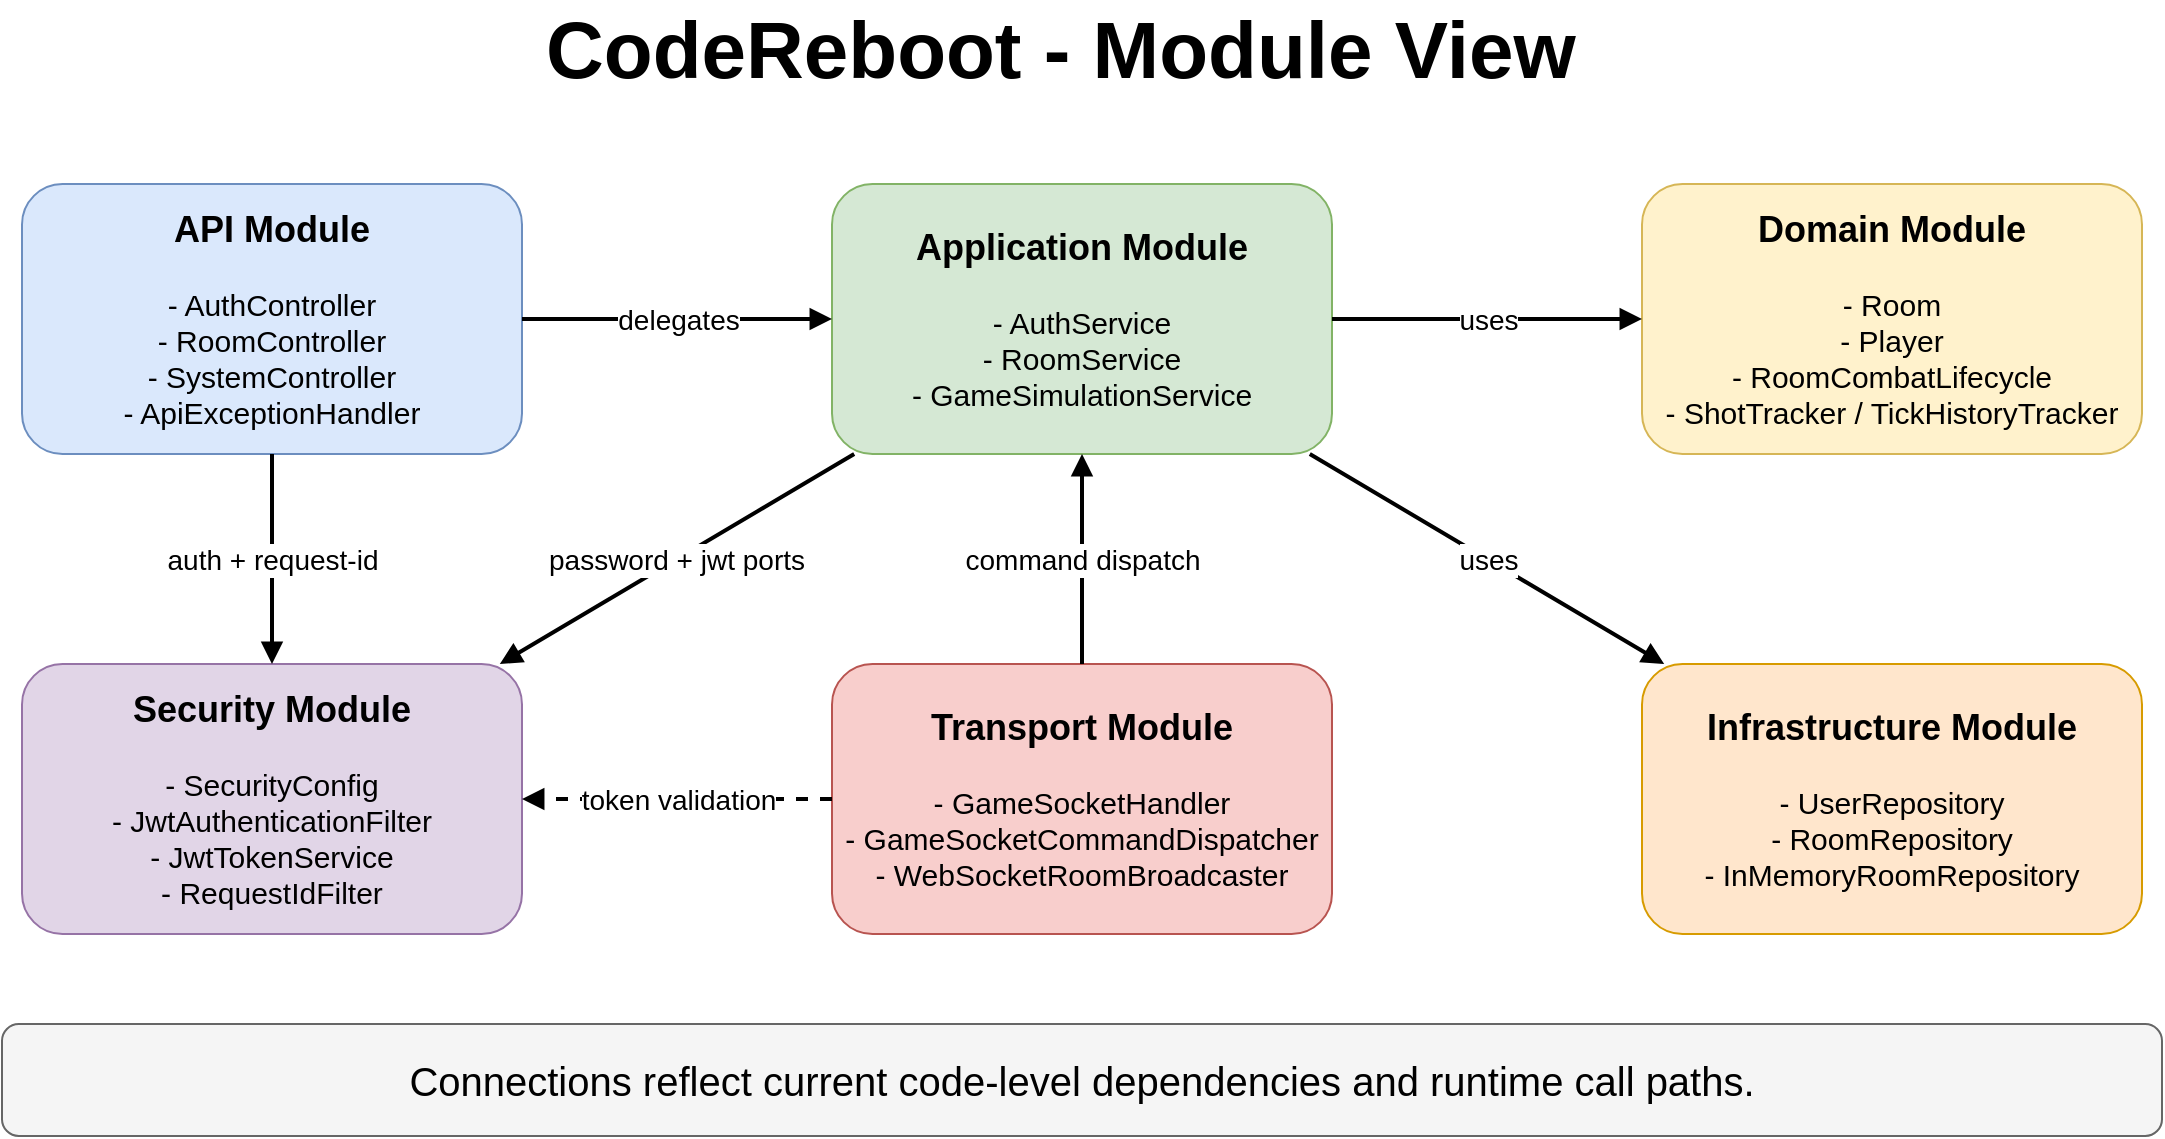
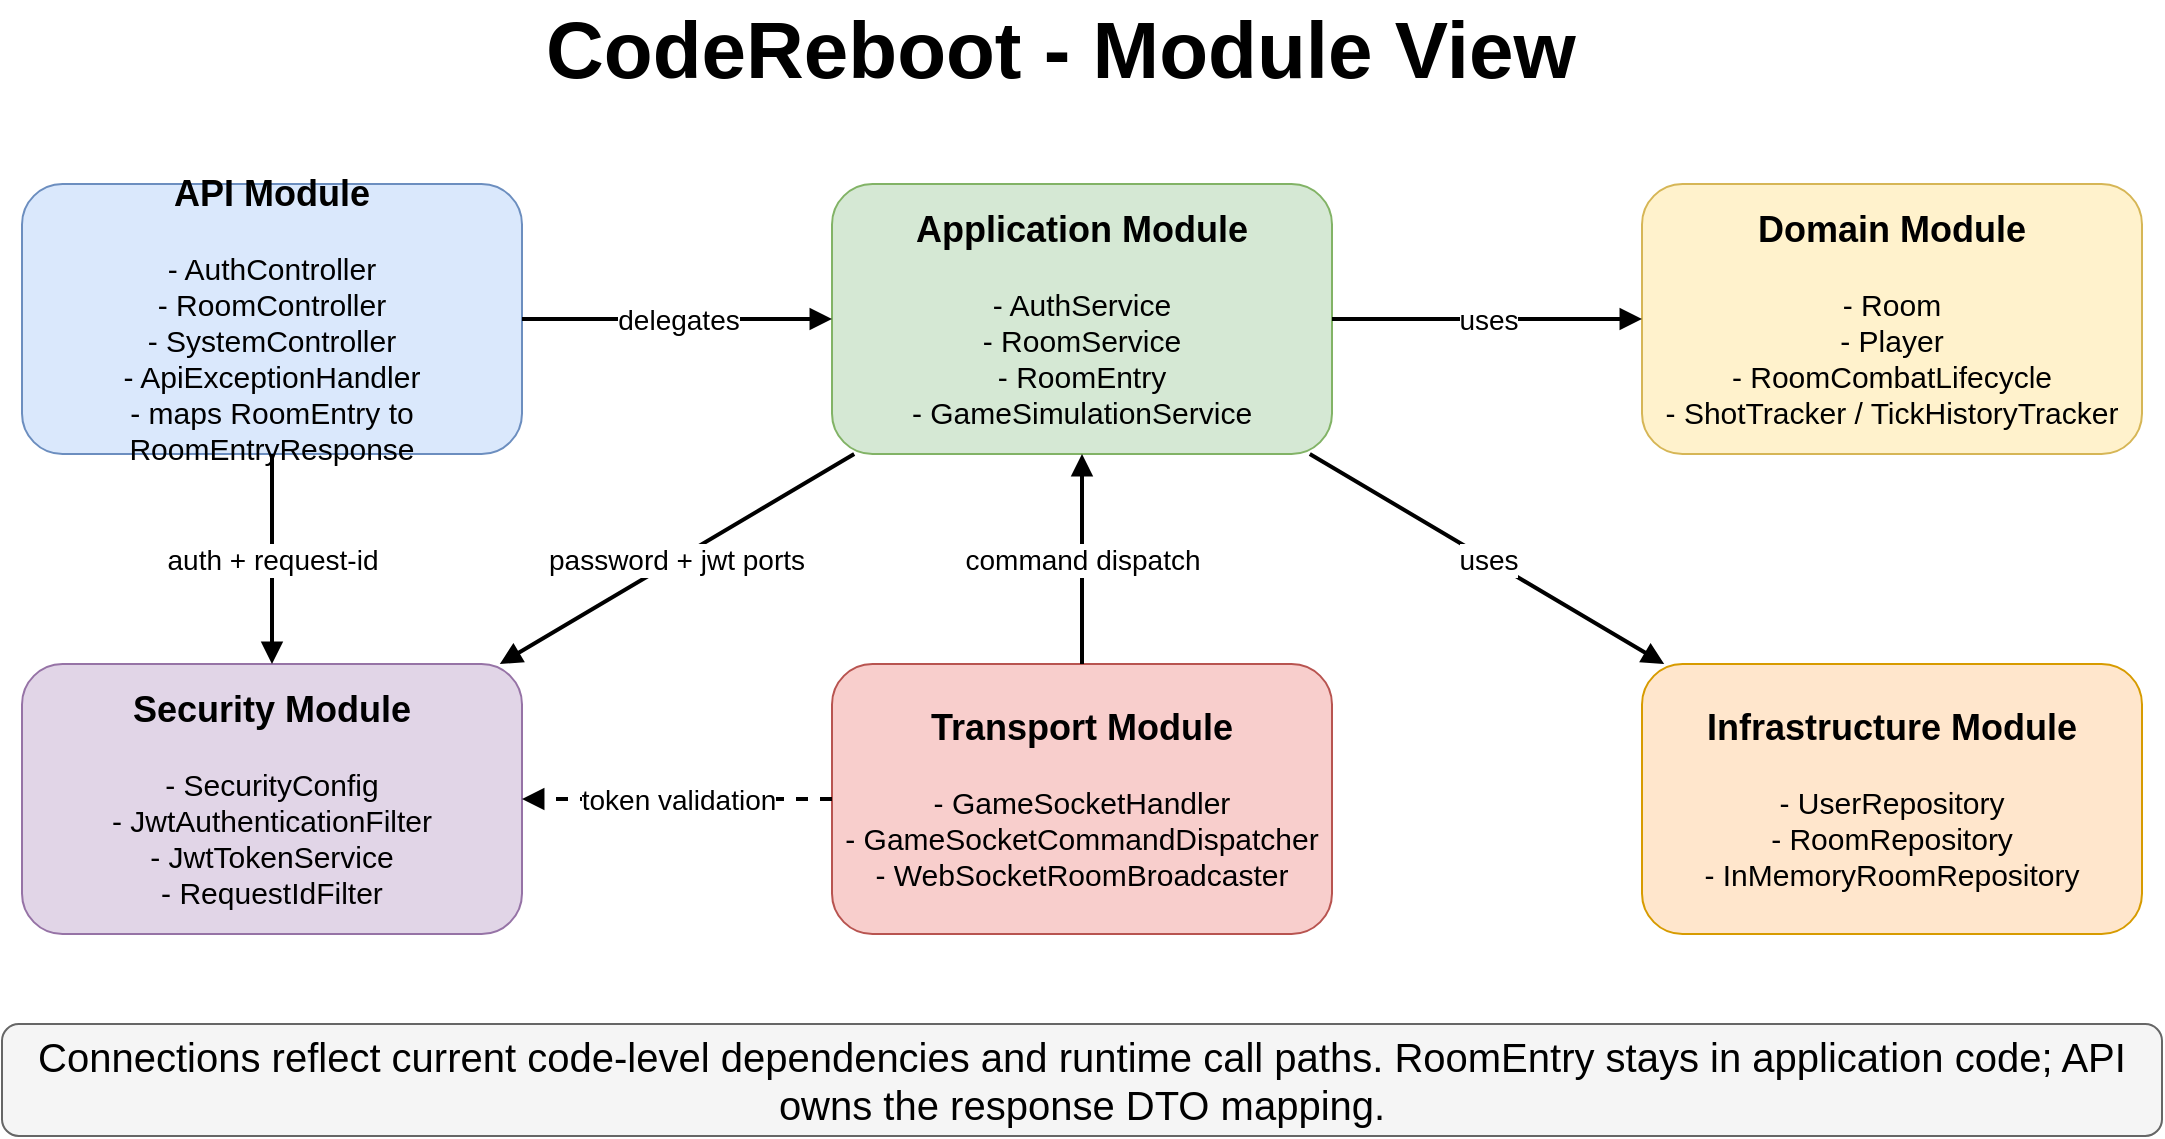
<mxfile host="65bd71144e">
    <diagram id="module-view-1" name="Module View">
-         <mxGraphModel dx="1251" dy="982" grid="0" gridSize="10" guides="1" tooltips="1" connect="1" arrows="1" fold="1" page="1" pageScale="1" pageWidth="1600" pageHeight="1000" math="0" shadow="0">
+         <mxGraphModel dx="1251" dy="662" grid="0" gridSize="10" guides="1" tooltips="1" connect="1" arrows="1" fold="1" page="1" pageScale="1" pageWidth="1600" pageHeight="1000" math="0" shadow="0">
            <root>
                <mxCell id="0"/>
                <mxCell id="1" parent="0"/>
                <mxCell id="title" value="CodeReboot - Module View" style="text;html=1;strokeColor=none;fillColor=none;align=left;verticalAlign=middle;whiteSpace=wrap;rounded=0;fontSize=40;fontStyle=1;" parent="1" vertex="1">
                    <mxGeometry x="350" y="55" width="540" height="34" as="geometry"/>
                </mxCell>
-                 <mxCell id="api" value="&lt;font style=&quot;font-size: 18px;&quot;&gt;&lt;b style=&quot;&quot;&gt;API Module&lt;br&gt;&lt;/b&gt;&lt;/font&gt;&lt;br&gt;&lt;div&gt;- AuthController&lt;br&gt;- RoomController&lt;br&gt;- SystemController&lt;br&gt;- ApiExceptionHandler&lt;/div&gt;" style="rounded=1;whiteSpace=wrap;html=1;fillColor=#dae8fc;strokeColor=#6c8ebf;fontSize=15;" parent="1" vertex="1">
+                 <mxCell id="api" value="&lt;font style=&quot;font-size: 18px;&quot;&gt;&lt;b style=&quot;&quot;&gt;API Module&lt;br&gt;&lt;/b&gt;&lt;/font&gt;&lt;br&gt;&lt;div&gt;- AuthController&lt;br&gt;- RoomController&lt;br&gt;- SystemController&lt;br&gt;- ApiExceptionHandler&lt;br&gt;- maps RoomEntry to RoomEntryResponse&lt;/div&gt;" style="rounded=1;whiteSpace=wrap;html=1;fillColor=#dae8fc;strokeColor=#6c8ebf;fontSize=15;" parent="1" vertex="1">
                    <mxGeometry x="90" y="140" width="250" height="135" as="geometry"/>
                </mxCell>
-                 <mxCell id="application" value="&lt;font style=&quot;font-size: 18px;&quot;&gt;&lt;b&gt;Application Module&lt;/b&gt;&lt;/font&gt;&lt;br&gt;&lt;br&gt;&lt;div&gt;&lt;span style=&quot;background-color: transparent; color: light-dark(rgb(0, 0, 0), rgb(255, 255, 255));&quot;&gt;- AuthService&lt;/span&gt;&lt;/div&gt;&lt;div&gt;- RoomService&lt;br&gt;- GameSimulationService&lt;/div&gt;" style="rounded=1;whiteSpace=wrap;html=1;fillColor=#d5e8d4;strokeColor=#82b366;fontSize=15;" parent="1" vertex="1">
+                 <mxCell id="application" value="&lt;font style=&quot;font-size: 18px;&quot;&gt;&lt;b&gt;Application Module&lt;/b&gt;&lt;/font&gt;&lt;br&gt;&lt;br&gt;&lt;div&gt;&lt;span style=&quot;background-color: transparent; color: light-dark(rgb(0, 0, 0), rgb(255, 255, 255));&quot;&gt;- AuthService&lt;/span&gt;&lt;/div&gt;&lt;div&gt;- RoomService&lt;br&gt;- RoomEntry&lt;br&gt;- GameSimulationService&lt;/div&gt;" style="rounded=1;whiteSpace=wrap;html=1;fillColor=#d5e8d4;strokeColor=#82b366;fontSize=15;" parent="1" vertex="1">
                    <mxGeometry x="495" y="140" width="250" height="135" as="geometry"/>
                </mxCell>
                <mxCell id="domain" value="&lt;font style=&quot;font-size: 18px;&quot;&gt;&lt;b&gt;Domain Module&lt;br&gt;&lt;/b&gt;&lt;/font&gt;&lt;br&gt;&lt;div&gt;- Room&lt;br&gt;- Player&lt;br&gt;- RoomCombatLifecycle&lt;br&gt;- ShotTracker / TickHistoryTracker&lt;/div&gt;" style="rounded=1;whiteSpace=wrap;html=1;fillColor=#fff2cc;strokeColor=#d6b656;fontSize=15;" parent="1" vertex="1">
                    <mxGeometry x="900" y="140" width="250" height="135" as="geometry"/>
                </mxCell>
                <mxCell id="security" value="&lt;font style=&quot;font-size: 18px;&quot;&gt;&lt;b&gt;Security Module&lt;br&gt;&lt;/b&gt;&lt;/font&gt;&lt;br&gt;&lt;div&gt;- SecurityConfig&lt;br&gt;- JwtAuthenticationFilter&lt;br&gt;- JwtTokenService&lt;br&gt;- RequestIdFilter&lt;/div&gt;" style="rounded=1;whiteSpace=wrap;html=1;fillColor=#e1d5e7;strokeColor=#9673a6;fontSize=15;" parent="1" vertex="1">
                    <mxGeometry x="90" y="380" width="250" height="135" as="geometry"/>
                </mxCell>
                <mxCell id="transport" value="&lt;font style=&quot;font-size: 18px;&quot;&gt;&lt;b&gt;Transport Module&lt;/b&gt;&lt;/font&gt;&lt;br&gt;&lt;br&gt;&lt;div&gt;- GameSocketHandler&lt;br&gt;- GameSocketCommandDispatcher&lt;br&gt;- WebSocketRoomBroadcaster&lt;/div&gt;" style="rounded=1;whiteSpace=wrap;html=1;fillColor=#f8cecc;strokeColor=#b85450;fontSize=15;" parent="1" vertex="1">
                    <mxGeometry x="495" y="380" width="250" height="135" as="geometry"/>
                </mxCell>
                <mxCell id="infra" value="&lt;font style=&quot;font-size: 18px;&quot;&gt;&lt;b&gt;Infrastructure Module&lt;br&gt;&lt;/b&gt;&lt;/font&gt;&lt;br&gt;&lt;div&gt;- UserRepository&lt;br&gt;- RoomRepository&lt;br&gt;- InMemoryRoomRepository&lt;/div&gt;" style="rounded=1;whiteSpace=wrap;html=1;fillColor=#ffe6cc;strokeColor=#d79b00;fontSize=15;" parent="1" vertex="1">
                    <mxGeometry x="900" y="380" width="250" height="135" as="geometry"/>
                </mxCell>
                <mxCell id="e1" value="delegates" style="endArrow=block;html=1;rounded=0;strokeWidth=2;fontSize=14;" parent="1" source="api" target="application" edge="1">
                    <mxGeometry relative="1" as="geometry"/>
                </mxCell>
                <mxCell id="e2" value="auth + request-id" style="endArrow=block;html=1;rounded=0;strokeWidth=2;fontSize=14;" parent="1" source="api" target="security" edge="1">
                    <mxGeometry relative="1" as="geometry"/>
                </mxCell>
                <mxCell id="e3" value="uses" style="endArrow=block;html=1;rounded=0;strokeWidth=2;fontSize=14;" parent="1" source="application" target="domain" edge="1">
                    <mxGeometry relative="1" as="geometry"/>
                </mxCell>
                <mxCell id="e4" value="uses" style="endArrow=block;html=1;rounded=0;strokeWidth=2;fontSize=14;" parent="1" source="application" target="infra" edge="1">
                    <mxGeometry relative="1" as="geometry"/>
                </mxCell>
                <mxCell id="e5" value="password + jwt ports" style="endArrow=block;html=1;rounded=0;strokeWidth=2;fontSize=14;" parent="1" source="application" target="security" edge="1">
                    <mxGeometry relative="1" as="geometry"/>
                </mxCell>
                <mxCell id="e6" value="command dispatch" style="endArrow=block;html=1;rounded=0;strokeWidth=2;fontSize=14;" parent="1" source="transport" target="application" edge="1">
                    <mxGeometry relative="1" as="geometry"/>
                </mxCell>
                <mxCell id="e7" value="token validation" style="endArrow=block;html=1;rounded=0;dashed=1;strokeWidth=2;fontSize=14;" parent="1" source="transport" target="security" edge="1">
                    <mxGeometry relative="1" as="geometry"/>
                </mxCell>
-                 <mxCell id="note" value="Connections reflect current code-level dependencies and runtime call paths." style="rounded=1;whiteSpace=wrap;html=1;fillColor=#f5f5f5;strokeColor=#666666;fontSize=20;" parent="1" vertex="1">
+                 <mxCell id="note" value="Connections reflect current code-level dependencies and runtime call paths. RoomEntry stays in application code; API owns the response DTO mapping." style="rounded=1;whiteSpace=wrap;html=1;fillColor=#f5f5f5;strokeColor=#666666;fontSize=20;" parent="1" vertex="1">
                    <mxGeometry x="80" y="560" width="1080" height="56" as="geometry"/>
                </mxCell>
            </root>
        </mxGraphModel>
    </diagram>
</mxfile>